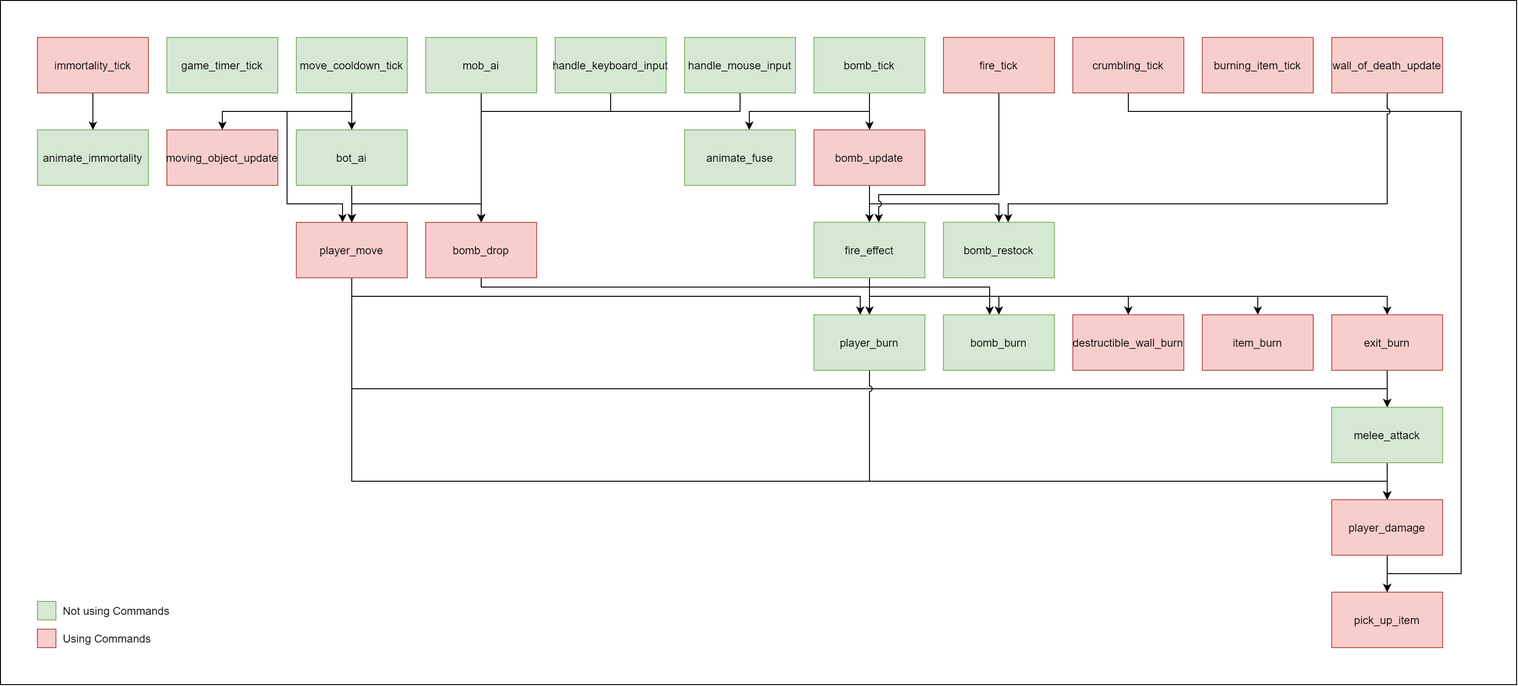
Earlier version of the draw.io export doc/systems_graph.drawio.png (aleksa2808/ascii-bomb-ecs). Source tidied: cells renumbered, new cells last; positions are measured from the earlier drawing's top-left corner, leaving out a move shared by most shapes.
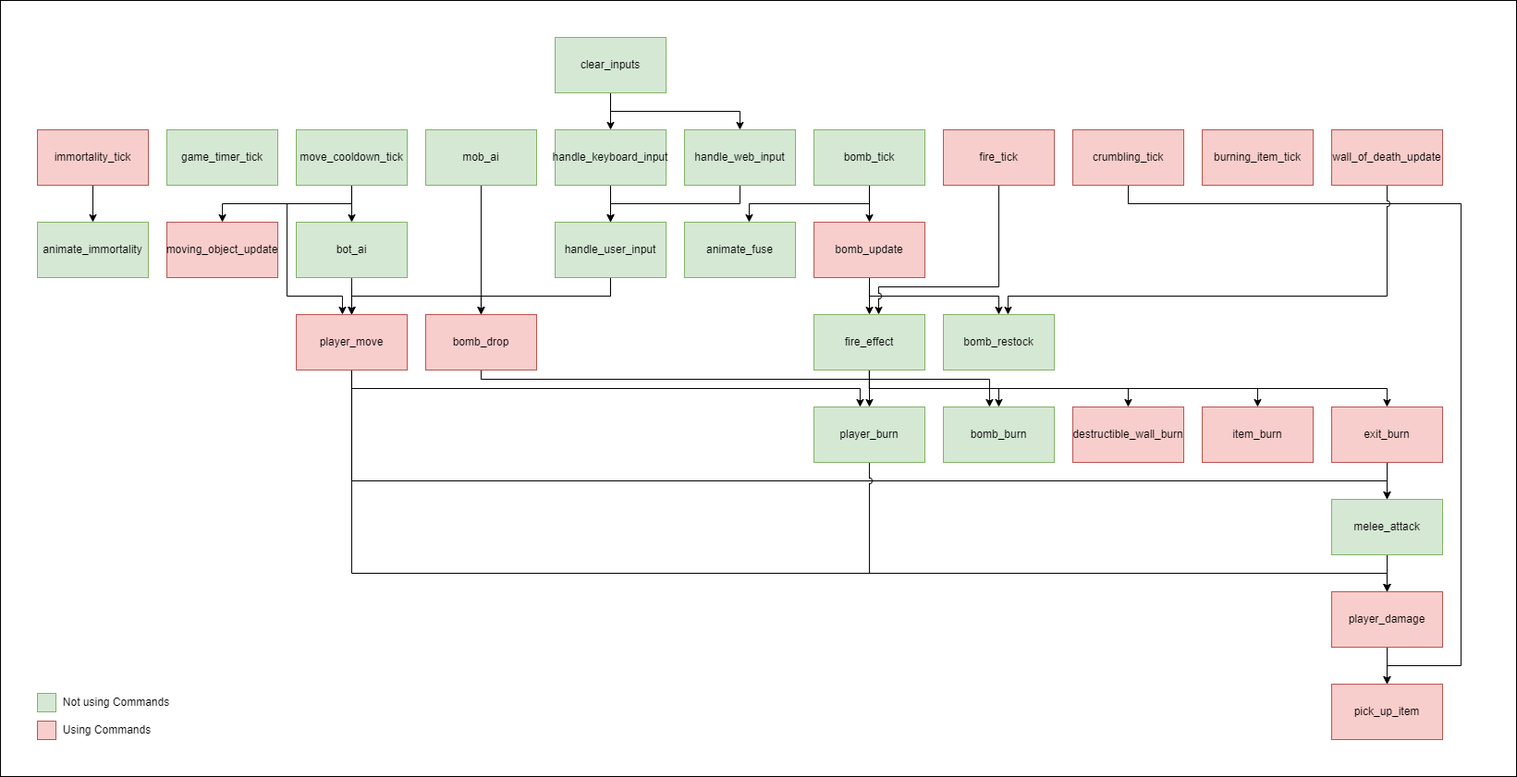
The same file after the commit.

Commit message:
improve input system ordering

The edit, as a diff of the source:
```diff
@@ -3,7 +3,7 @@
     <mxCell id="0" />
     <mxCell id="1" parent="0" />
     <mxCell id="2" style="rounded=0;whiteSpace=wrap;html=1;" parent="1" vertex="1">
-      <mxGeometry width="1640" height="740" as="geometry" />
+      <mxGeometry y="-100" width="1640" height="840" as="geometry" />
     </mxCell>
     <mxCell id="3" value="game_timer_tick" style="rounded=0;whiteSpace=wrap;html=1;fillColor=#d5e8d4;strokeColor=#82b366;" parent="1" vertex="1">
       <mxGeometry x="180" y="40" width="120" height="60" as="geometry" />
@@ -78,9 +78,7 @@
     <mxCell id="15" style="edgeStyle=orthogonalEdgeStyle;rounded=0;jettySize=auto;html=1;" parent="1" edge="1" source="17" target="27">
       <mxGeometry relative="1" as="geometry">
         <Array as="points">
-          <mxPoint x="660" y="120" />
-          <mxPoint x="520" y="120" />
-          <mxPoint x="520" y="220" />
+          <mxPoint x="660" y="220" />
           <mxPoint x="380" y="220" />
         </Array>
       </mxGeometry>
@@ -88,35 +86,14 @@
     <mxCell id="16" style="edgeStyle=orthogonalEdgeStyle;rounded=0;jettySize=auto;html=1;" parent="1" edge="1" source="17" target="30">
       <mxGeometry relative="1" as="geometry">
         <Array as="points">
-          <mxPoint x="660" y="120" />
-          <mxPoint x="520" y="120" />
+          <mxPoint x="660" y="220" />
+          <mxPoint x="520" y="220" />
         </Array>
       </mxGeometry>
     </mxCell>
-    <mxCell id="17" value="handle_keyboard_input" style="whiteSpace=wrap;html=1;fillColor=#d5e8d4;strokeColor=#82b366;" parent="1" vertex="1">
-      <mxGeometry x="600" y="40" width="120" height="60" as="geometry" />
+    <mxCell id="17" value="handle_user_input" style="whiteSpace=wrap;html=1;fillColor=#d5e8d4;strokeColor=#82b366;" parent="1" vertex="1">
+      <mxGeometry x="600" y="140" width="120" height="60" as="geometry" />
     </mxCell>
-    <mxCell id="18" style="edgeStyle=orthogonalEdgeStyle;rounded=0;jettySize=auto;html=1;" parent="1" edge="1" source="20" target="27">
-      <mxGeometry relative="1" as="geometry">
-        <Array as="points">
-          <mxPoint x="800" y="120" />
-          <mxPoint x="520" y="120" />
-          <mxPoint x="520" y="220" />
-          <mxPoint x="380" y="220" />
-        </Array>
-      </mxGeometry>
-    </mxCell>
-    <mxCell id="19" style="edgeStyle=orthogonalEdgeStyle;rounded=0;jettySize=auto;html=1;" parent="1" edge="1" source="20" target="30">
-      <mxGeometry relative="1" as="geometry">
-        <Array as="points">
-          <mxPoint x="800" y="120" />
-          <mxPoint x="520" y="120" />
-        </Array>
-      </mxGeometry>
-    </mxCell>
-    <mxCell id="20" value="handle_mouse_input" style="whiteSpace=wrap;html=1;fillColor=#d5e8d4;strokeColor=#82b366;" parent="1" vertex="1">
-      <mxGeometry x="740" y="40" width="120" height="60" as="geometry" />
-    </mxCell>
     <mxCell id="21" style="edgeStyle=orthogonalEdgeStyle;rounded=0;jettySize=auto;html=1;" parent="1" edge="1" target="27">
       <mxGeometry relative="1" as="geometry">
         <mxPoint x="380" y="210" as="sourcePoint" />
@@ -333,5 +310,36 @@
     <mxCell id="65" value="Using Commands" style="text;html=1;align=center;verticalAlign=middle;strokeColor=none;fillColor=none;" parent="1" vertex="1">
       <mxGeometry x="60" y="680" width="110" height="20" as="geometry" />
     </mxCell>
+    <mxCell id="66" style="edgeStyle=orthogonalEdgeStyle;rounded=0;jettySize=auto;html=1;" parent="1" edge="1" source="67" target="17">
+      <mxGeometry relative="1" as="geometry">
+        <Array as="points">
+          <mxPoint x="800" y="120" />
+          <mxPoint x="660" y="120" />
+        </Array>
+      </mxGeometry>
+    </mxCell>
+    <mxCell id="67" value="handle_web_input" style="whiteSpace=wrap;html=1;fillColor=#d5e8d4;strokeColor=#82b366;" parent="1" vertex="1">
+      <mxGeometry x="740" y="40" width="120" height="60" as="geometry" />
+    </mxCell>
+    <mxCell id="68" style="edgeStyle=orthogonalEdgeStyle;rounded=0;jettySize=auto;html=1;" parent="1" edge="1" source="69" target="17">
+      <mxGeometry relative="1" as="geometry" />
+    </mxCell>
+    <mxCell id="69" value="handle_keyboard_input" style="whiteSpace=wrap;html=1;fillColor=#d5e8d4;strokeColor=#82b366;" parent="1" vertex="1">
+      <mxGeometry x="600" y="40" width="120" height="60" as="geometry" />
+    </mxCell>
+    <mxCell id="70" style="edgeStyle=orthogonalEdgeStyle;rounded=0;jettySize=auto;html=1;" parent="1" edge="1" source="72" target="69">
+      <mxGeometry relative="1" as="geometry" />
+    </mxCell>
+    <mxCell id="71" style="edgeStyle=orthogonalEdgeStyle;rounded=0;jettySize=auto;html=1;" parent="1" edge="1" source="72" target="67">
+      <mxGeometry relative="1" as="geometry">
+        <Array as="points">
+          <mxPoint x="660" y="20" />
+          <mxPoint x="800" y="20" />
+        </Array>
+      </mxGeometry>
+    </mxCell>
+    <mxCell id="72" value="clear_inputs" style="whiteSpace=wrap;html=1;fillColor=#d5e8d4;strokeColor=#82b366;" parent="1" vertex="1">
+      <mxGeometry x="600" y="-60" width="120" height="60" as="geometry" />
+    </mxCell>
   </root>
 </mxGraphModel>
```
